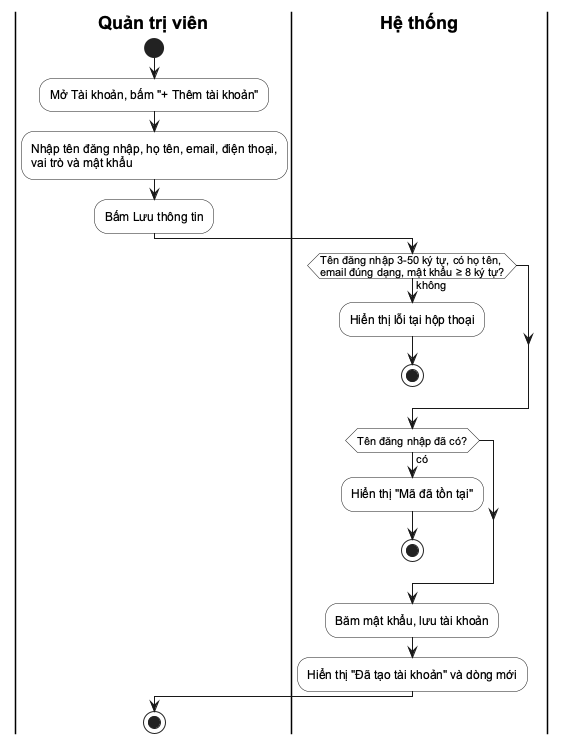
Before: docs/uml/act13_them_tai_khoan.png, a diagram exported from PlantUML (khoiln218/ThuVienMini).
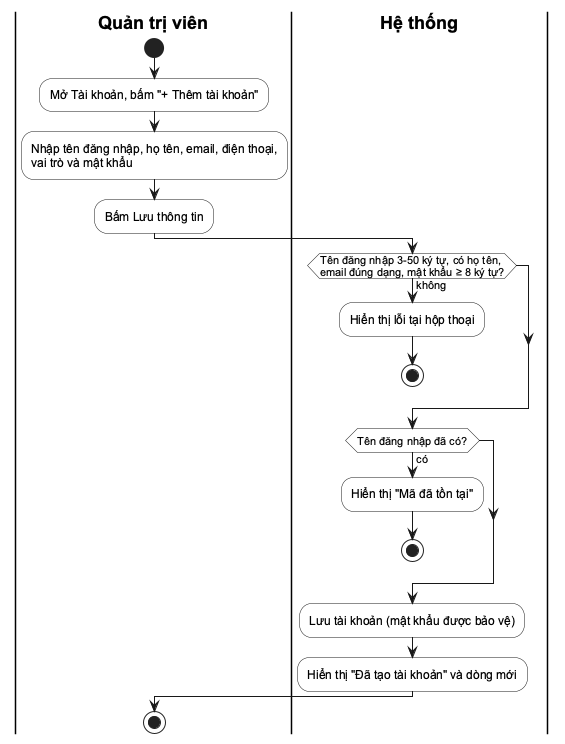
The same diagram one commit later.

The edit, as a diff of the source:
```diff
@@ -17,7 +17,7 @@
   :Hiển thị "Mã đã tồn tại";
   stop
 endif
-:Băm mật khẩu, lưu tài khoản;
+:Lưu tài khoản (mật khẩu được bảo vệ);
 :Hiển thị "Đã tạo tài khoản" và dòng mới;
 |Quản trị viên|
 stop
```
